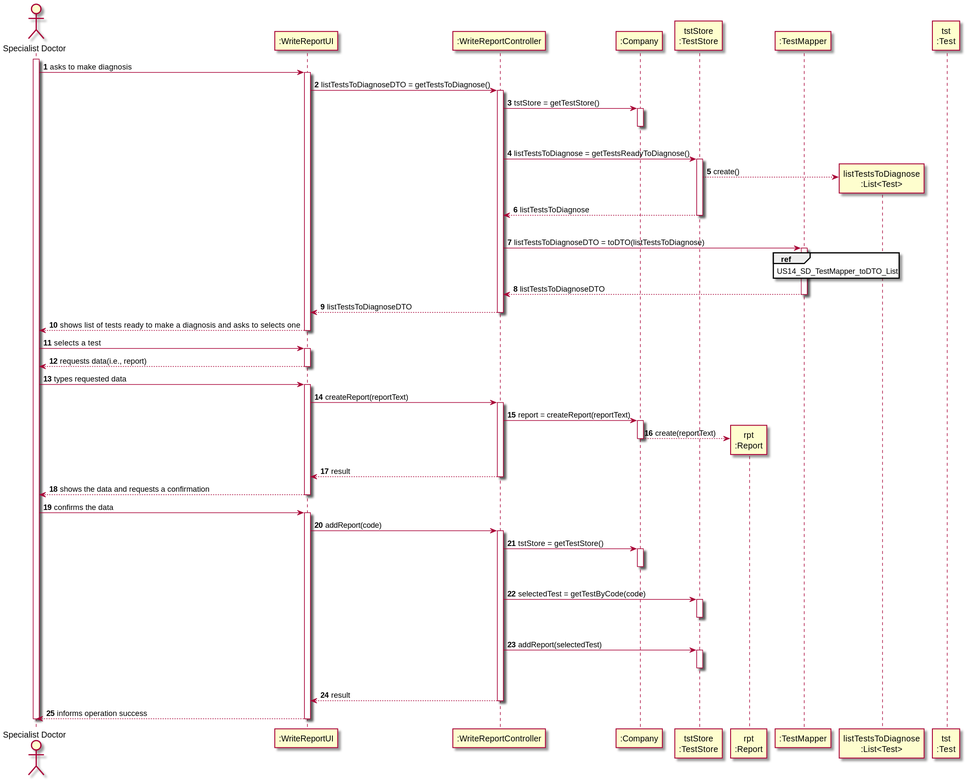
Before: docs/SprintC/US_14/US014_SD.svg, a diagram exported from PlantUML (ana-albergaria/LAPR2-ISEP).
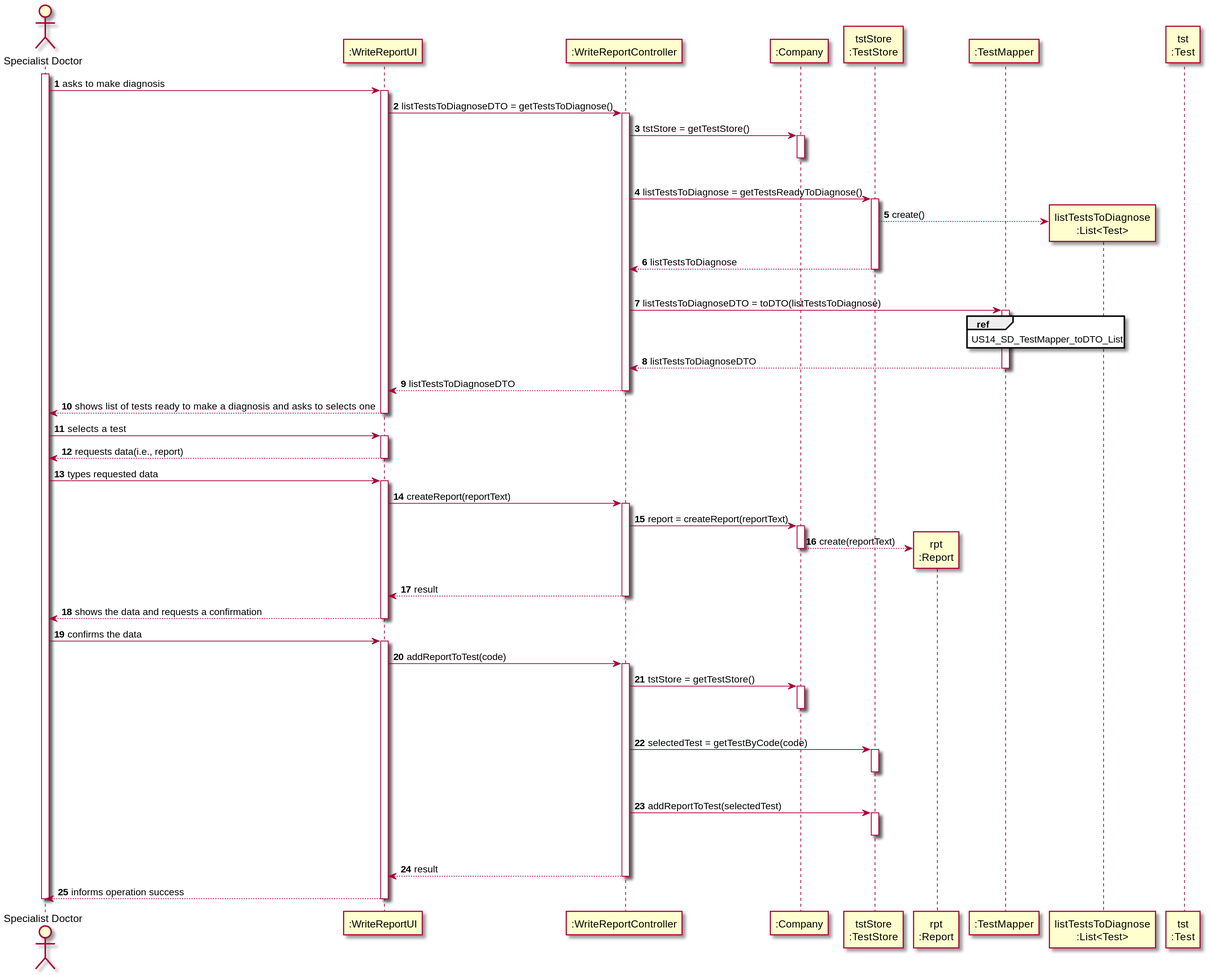
After the commit.

Commit message:
Updated method name on US14 SD and CD and Continued US14 Code.

What changed in the source:
```diff
@@ -71,7 +71,7 @@
 SPDT -> UI : confirms the data
 activate UI
 
-UI -> CTRL : addReport(code)
+UI -> CTRL : addReportToTest(code)
 activate CTRL
 
 CTRL -> CMP : tstStore = getTestStore()
@@ -84,7 +84,7 @@
 |||
 deactivate TSTSTORE
 
-CTRL -> TSTSTORE : addReport(selectedTest)
+CTRL -> TSTSTORE : addReportToTest(selectedTest)
 activate TSTSTORE
 |||
 deactivate TSTSTORE
```
